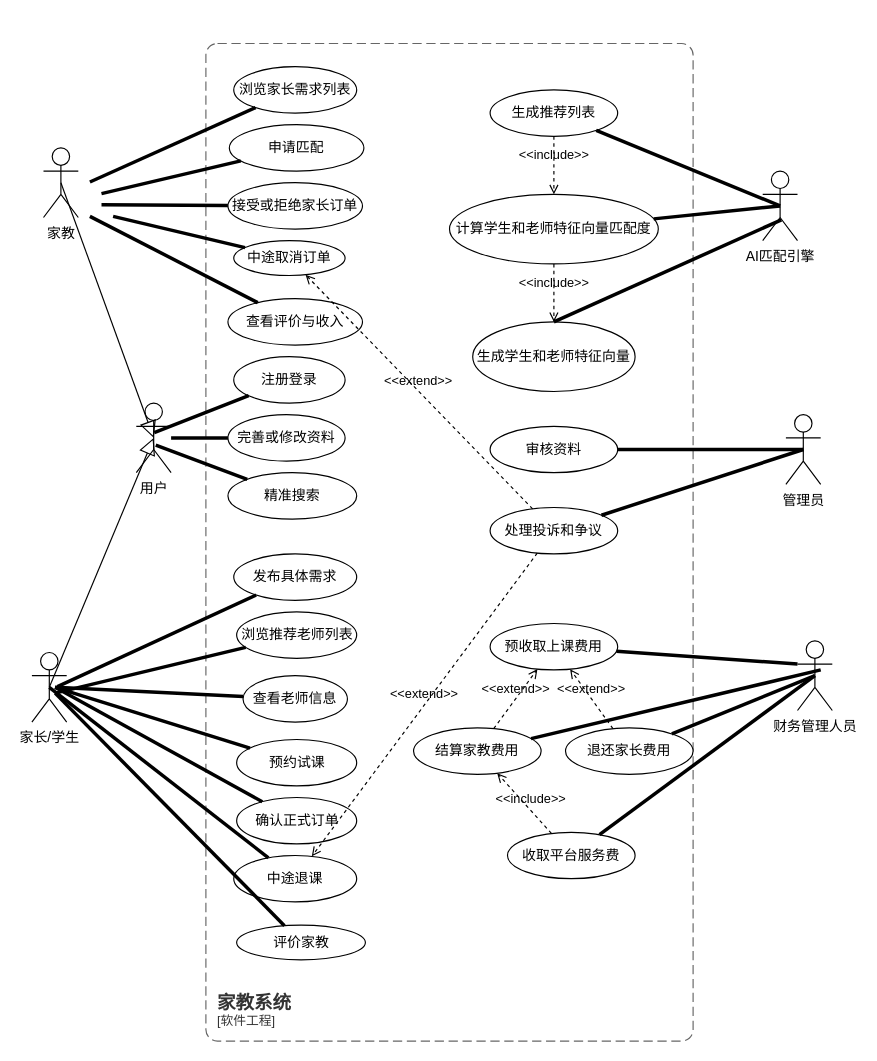
Ethan-Zhengsy/Software_Project keeps this draw.io diagram as docs/软件需求模型/UML图/1. Use_Case_Diagram/Use_Case_Diagram.drawio. Above is the earlier version. Source tidied: cells renumbered, new cells numbered last; positions are measured from the earlier drawing's top-left corner, leaving out a move shared by most shapes. Both pictures are drawn from the tidied source at 116%, with x=0, y=0 at pixel (31, 43).
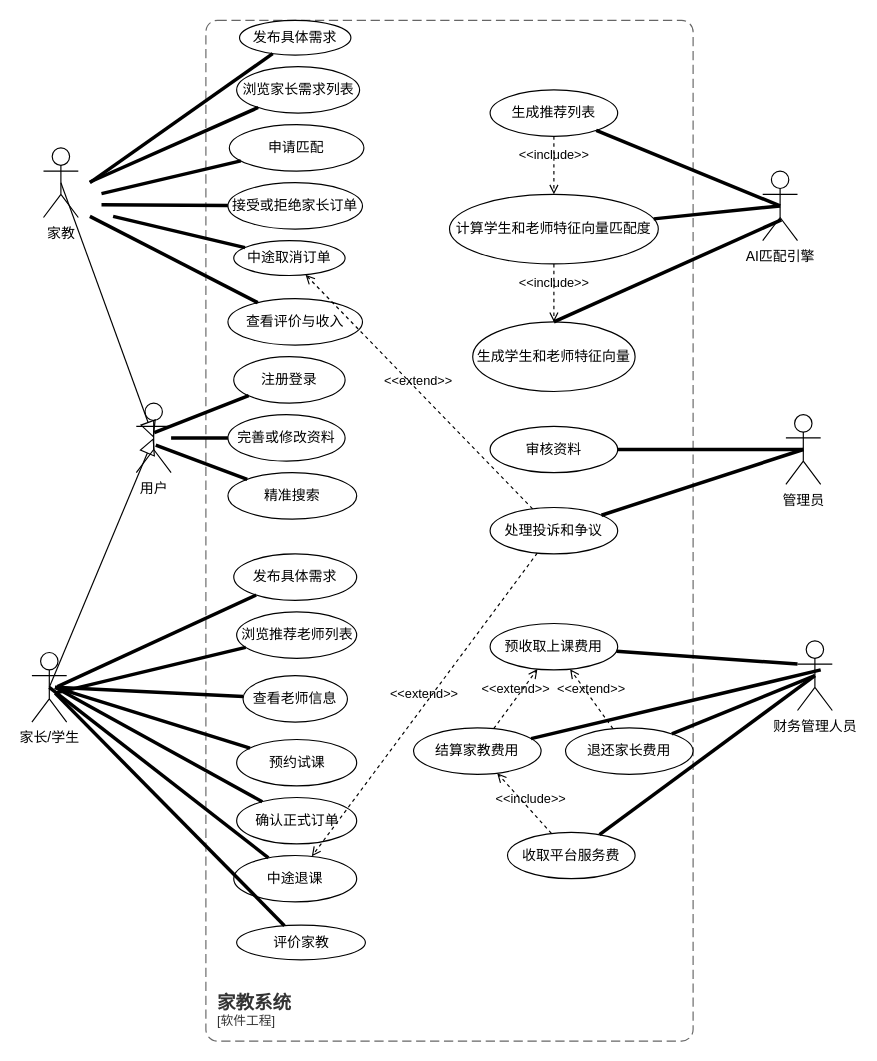
After the change.

Commit message (it also covers changes not shown here):
update use_case_diagram

Diff of the diagram source:
```diff
@@
     <mxCell id="5" value="浏览家长需求列表" style="ellipse;whiteSpace=wrap;html=1;" parent="1" vertex="1">
-      <mxGeometry x="174" y="20" width="106" height="40" as="geometry" />
+      <mxGeometry x="176.5" y="20" width="106" height="40" as="geometry" />
     </mxCell>
@@
     <object id="19" label="&lt;font style=&quot;font-size: 16px&quot;&gt;&lt;b&gt;&lt;div style=&quot;text-align: left&quot;&gt;%c4Name%&lt;/div&gt;&lt;/b&gt;&lt;/font&gt;&lt;div style=&quot;text-align: left&quot;&gt;[%c4Application%]&lt;/div&gt;" c4Application="软件工程" c4Name="家教系统" placeholders="1">
       <mxCell style="rounded=1;fontSize=11;whiteSpace=wrap;html=1;dashed=1;arcSize=20;fillColor=none;strokeColor=#666666;fontColor=#333333;labelBackgroundColor=none;align=left;verticalAlign=bottom;labelBorderColor=none;spacingTop=0;spacing=10;dashPattern=8 4;perimeter=rectanglePerimeter;noLabel=0;labelPadding=0;absoluteArcSize=1;" parent="1" vertex="1">
-        <mxGeometry x="150" width="420" height="860" as="geometry" />
+        <mxGeometry x="150" y="-20" width="420" height="880" as="geometry" />
       </mxCell>
     </object>
@@
+    <mxCell id="66" value="发布具体需求" style="ellipse;whiteSpace=wrap;html=1;" parent="1" vertex="1">
+      <mxGeometry x="179" y="-20" width="96" height="30" as="geometry" />
+    </mxCell>
+    <mxCell id="67" style="endArrow=none;startArrow=none;endFill=0;startFill=0;endSize=8;html=1;verticalAlign=bottom;labelBackgroundColor=none;strokeWidth=3;" parent="1" edge="1" target="66">
+      <mxGeometry relative="1" as="geometry">
+        <mxPoint x="50" y="120" as="sourcePoint" />
+      </mxGeometry>
+    </mxCell>
```
